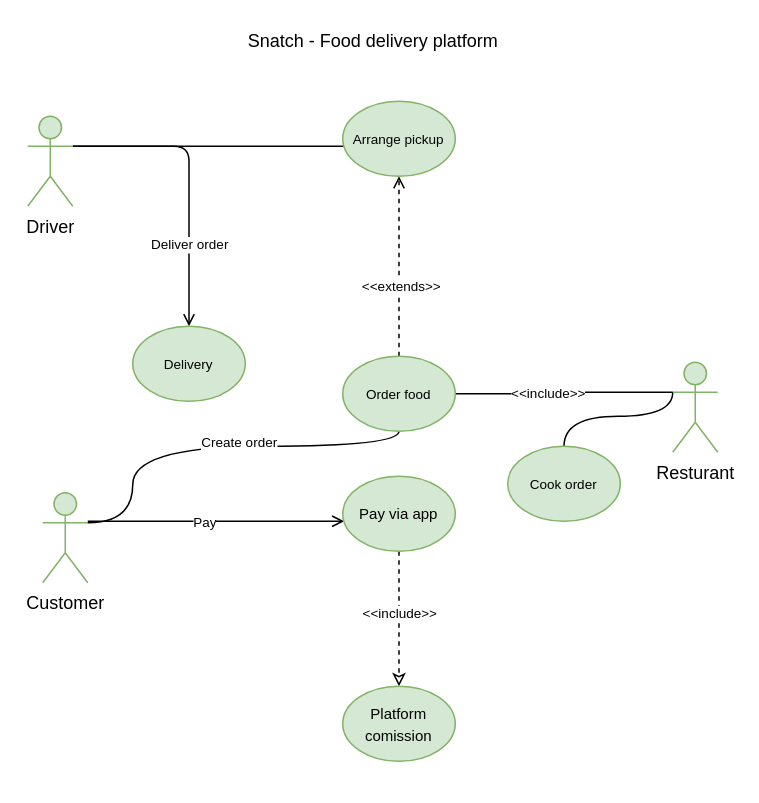
Above: packages/app/docs/Use Case.drawio in martin-juul/snatch (draw.io), before the change. Source tidied: cells renumbered, new cells numbered last; positions are measured from the earlier drawing's top-left corner, leaving out a move shared by most shapes. Both pictures are drawn from the tidied source at 150%, with x=0, y=0 at pixel (27, 26).
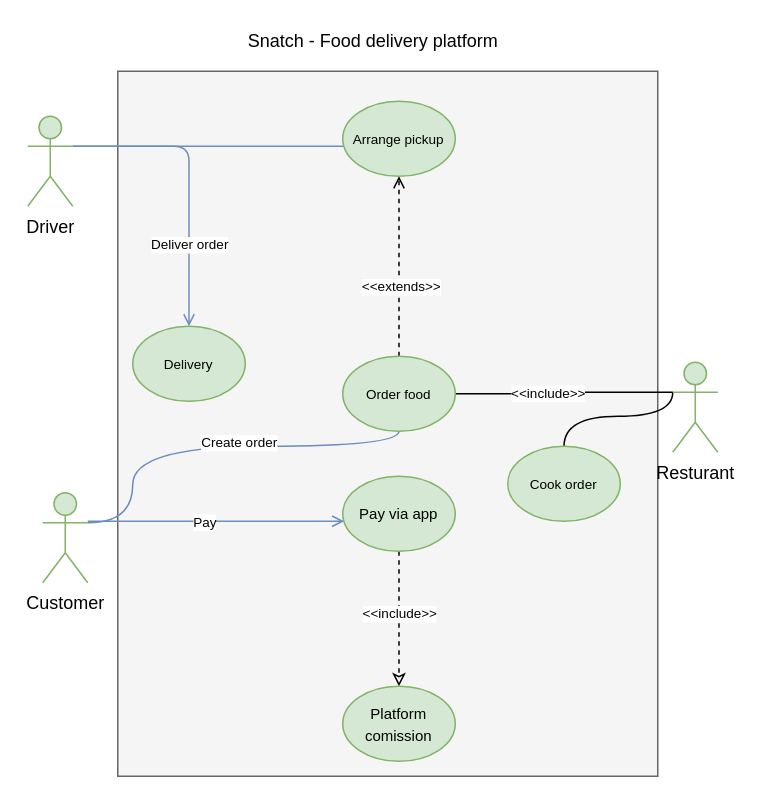
After the change.

The change refers to these unchanged cells:
```xml
<mxCell id="6" value="Customer" style="shape=umlActor;verticalLabelPosition=bottom;verticalAlign=top;html=1;outlineConnect=0;fillColor=#d5e8d4;strokeColor=#82b366;" parent="1" vertex="1">
  <mxGeometry x="10" y="311" width="30" height="60" as="geometry" />
</mxCell>
<mxCell id="10" value="Driver" style="shape=umlActor;verticalLabelPosition=bottom;verticalAlign=top;html=1;outlineConnect=0;fillColor=#d5e8d4;strokeColor=#82b366;" parent="1" vertex="1">
  <mxGeometry y="60" width="30" height="60" as="geometry" />
</mxCell>
<mxCell id="21" value="&lt;font style=&quot;font-size: 9px&quot;&gt;Arrange pickup&lt;/font&gt;" style="ellipse;whiteSpace=wrap;html=1;fillColor=#d5e8d4;strokeColor=#82b366;" parent="1" vertex="1">
  <mxGeometry x="210" y="50" width="75" height="50" as="geometry" />
</mxCell>
```

The edit, as a diff of the source:
```diff
@@
-<mxGraphModel>
+<mxGraphModel background="#FFFFFF">
@@
-    <mxCell id="2" style="whiteSpace=wrap;html=1;strokeColor=none;" parent="1" vertex="1">
+    <mxCell id="2" style="whiteSpace=wrap;html=1;strokeColor=#666666;fillColor=#f5f5f5;fontColor=#333333;" parent="1" vertex="1">
       <mxGeometry x="60" y="30" width="360" height="470" as="geometry" />
     </mxCell>
@@
-    <mxCell id="4" style="edgeStyle=orthogonalEdgeStyle;rounded=1;jettySize=auto;html=1;fontSize=9;endArrow=open;endFill=0;strokeWidth=1;" parent="1" edge="1" source="6">
+    <mxCell id="4" style="edgeStyle=orthogonalEdgeStyle;rounded=1;jettySize=auto;html=1;fontSize=9;endArrow=open;endFill=0;strokeWidth=1;fillColor=#dae8fc;strokeColor=#6c8ebf;" parent="1" edge="1" source="6">
       <mxGeometry relative="1" as="geometry">
         <mxPoint x="211" y="330" as="targetPoint" />
         <Array as="points">
           <mxPoint x="170" y="330" />
           <mxPoint x="170" y="330" />
         </Array>
       </mxGeometry>
     </mxCell>
@@
-    <mxCell id="7" style="edgeStyle=orthogonalEdgeStyle;rounded=0;jettySize=auto;html=1;entryX=0;entryY=0.5;entryDx=0;entryDy=0;fontSize=9;endArrow=none;endFill=0;strokeWidth=1;" parent="1" edge="1" source="10" target="21">
+    <mxCell id="7" style="edgeStyle=orthogonalEdgeStyle;rounded=0;jettySize=auto;html=1;entryX=0;entryY=0.5;entryDx=0;entryDy=0;fontSize=9;endArrow=none;endFill=0;strokeWidth=1;fillColor=#dae8fc;strokeColor=#6c8ebf;" parent="1" edge="1" source="10" target="21">
       <mxGeometry relative="1" as="geometry">
         <Array as="points">
           <mxPoint x="216" y="80" />
         </Array>
       </mxGeometry>
     </mxCell>
-    <mxCell id="8" style="edgeStyle=orthogonalEdgeStyle;rounded=1;jettySize=auto;html=1;exitX=1;exitY=0.3333333333333333;exitDx=0;exitDy=0;exitPerimeter=0;fontSize=9;endArrow=open;endFill=0;strokeWidth=1;" parent="1" edge="1" source="10" target="25">
+    <mxCell id="8" style="edgeStyle=orthogonalEdgeStyle;rounded=1;jettySize=auto;html=1;exitX=1;exitY=0.3333333333333333;exitDx=0;exitDy=0;exitPerimeter=0;fontSize=9;endArrow=open;endFill=0;strokeWidth=1;fillColor=#dae8fc;strokeColor=#6c8ebf;" parent="1" edge="1" source="10" target="25">
       <mxGeometry relative="1" as="geometry" />
     </mxCell>
@@
-    <mxCell id="15" style="edgeStyle=orthogonalEdgeStyle;jettySize=auto;html=1;entryX=1;entryY=0.3333333333333333;entryDx=0;entryDy=0;entryPerimeter=0;fontSize=9;endArrow=none;endFill=0;strokeWidth=1;curved=1;" parent="1" edge="1" source="19" target="6">
+    <mxCell id="15" style="edgeStyle=orthogonalEdgeStyle;jettySize=auto;html=1;entryX=1;entryY=0.3333333333333333;entryDx=0;entryDy=0;entryPerimeter=0;fontSize=9;endArrow=none;endFill=0;strokeWidth=1;curved=1;fillColor=#dae8fc;strokeColor=#6c8ebf;" parent="1" edge="1" source="19" target="6">
       <mxGeometry relative="1" as="geometry">
         <Array as="points">
           <mxPoint x="248" y="280" />
           <mxPoint x="70" y="280" />
           <mxPoint x="70" y="331" />
         </Array>
       </mxGeometry>
     </mxCell>
@@
-    <mxCell id="19" value="&lt;font style=&quot;font-size: 9px&quot;&gt;Order food&lt;/font&gt;" style="ellipse;whiteSpace=wrap;html=1;fillColor=#d5e8d4;strokeColor=#82b366;" parent="1" vertex="1">
+    <mxCell id="19" value="&lt;font style=&quot;font-size: 9px&quot;&gt;Order food&lt;/font&gt;" style="ellipse;whiteSpace=wrap;html=1;fillColor=#d5e8d4;strokeColor=#82b366;fontColor=#000000;" parent="1" vertex="1">
       <mxGeometry x="210" y="220" width="75" height="50" as="geometry" />
     </mxCell>
-    <mxCell id="20" value="&lt;font style=&quot;font-size: 9px&quot;&gt;Cook order&lt;/font&gt;" style="ellipse;whiteSpace=wrap;html=1;fillColor=#d5e8d4;strokeColor=#82b366;" parent="1" vertex="1">
+    <mxCell id="20" value="&lt;font style=&quot;font-size: 9px&quot;&gt;Cook order&lt;/font&gt;" style="ellipse;whiteSpace=wrap;html=1;fillColor=#d5e8d4;strokeColor=#82b366;fontColor=#000000;" parent="1" vertex="1">
       <mxGeometry x="320" y="280" width="75" height="50" as="geometry" />
     </mxCell>
@@
-    <mxCell id="24" value="&lt;font size=&quot;1&quot;&gt;Pay via app&lt;/font&gt;" style="ellipse;whiteSpace=wrap;html=1;fillColor=#d5e8d4;strokeColor=#82b366;" parent="1" vertex="1">
+    <mxCell id="24" value="&lt;font size=&quot;1&quot;&gt;Pay via app&lt;/font&gt;" style="ellipse;whiteSpace=wrap;html=1;fillColor=#d5e8d4;strokeColor=#82b366;fontColor=#000000;" parent="1" vertex="1">
       <mxGeometry x="210" y="300" width="75" height="50" as="geometry" />
     </mxCell>
-    <mxCell id="25" value="&lt;font style=&quot;font-size: 9px&quot;&gt;Delivery&lt;/font&gt;" style="ellipse;whiteSpace=wrap;html=1;fillColor=#d5e8d4;strokeColor=#82b366;" parent="1" vertex="1">
+    <mxCell id="25" value="&lt;font style=&quot;font-size: 9px&quot;&gt;Delivery&lt;/font&gt;" style="ellipse;whiteSpace=wrap;html=1;fillColor=#d5e8d4;strokeColor=#82b366;fontColor=#000000;" parent="1" vertex="1">
       <mxGeometry x="70" y="200" width="75" height="50" as="geometry" />
     </mxCell>
```
